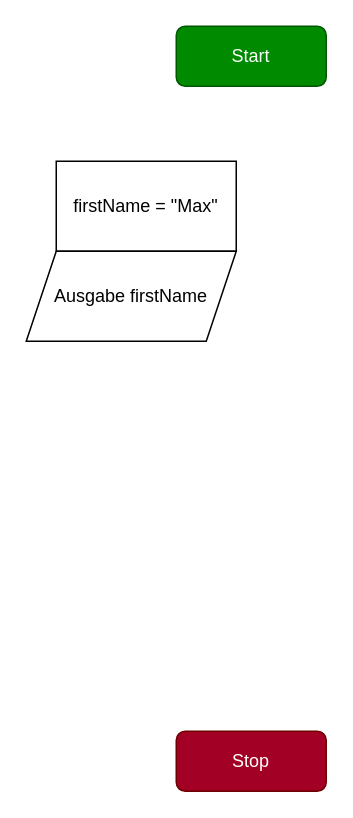
This is page "Deklaration" (1 of 2) of pap.drawio from CC-Schmidt-Learning/01_Variablen, a draw.io file, before an edit. Source tidied: cells renumbered, new cells numbered last; positions are measured from the earlier drawing's top-left corner, leaving out a move shared by most shapes. Both pictures are drawn from the tidied source at 150%, with x=0, y=0 at pixel (26, 26).
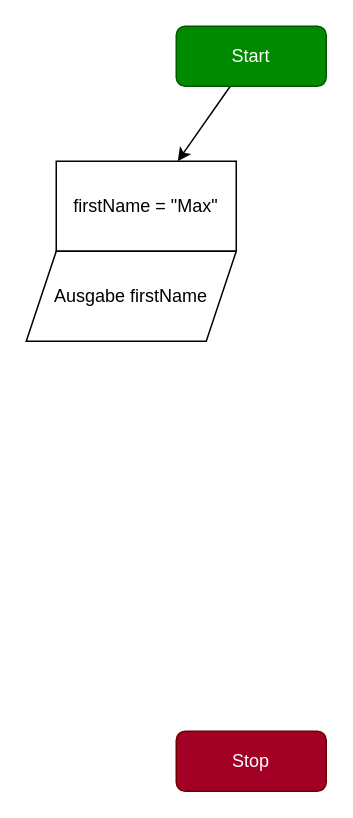
The same diagram, later.

Diff of the diagram source:
```diff
@@
 <mxGraphModel>
   <root>
     <mxCell id="0" />
     <mxCell id="1" parent="0" />
+    <mxCell id="6" style="edgeStyle=none;html=1;" parent="1" edge="1" source="2" target="4">
+      <mxGeometry relative="1" as="geometry" />
+    </mxCell>
     <mxCell id="2" value="Start" style="rounded=1;whiteSpace=wrap;html=1;fillColor=#008a00;fontColor=#ffffff;strokeColor=#005700;" parent="1" vertex="1">
       <mxGeometry x="100" width="100" height="40" as="geometry" />
     </mxCell>
     <mxCell id="3" value="Stop" style="rounded=1;whiteSpace=wrap;html=1;fillColor=#a20025;fontColor=#ffffff;strokeColor=#6F0000;" parent="1" vertex="1">
       <mxGeometry x="100" y="470" width="100" height="40" as="geometry" />
     </mxCell>
     <mxCell id="4" value="firstName = &quot;Max&quot;" style="rounded=0;whiteSpace=wrap;html=1;" parent="1" vertex="1">
       <mxGeometry x="20" y="90" width="120" height="60" as="geometry" />
     </mxCell>
     <mxCell id="5" value="Ausgabe firstName" style="shape=parallelogram;perimeter=parallelogramPerimeter;whiteSpace=wrap;html=1;fixedSize=1;" parent="1" vertex="1">
       <mxGeometry y="150" width="140" height="60" as="geometry" />
     </mxCell>
   </root>
 </mxGraphModel>
```
